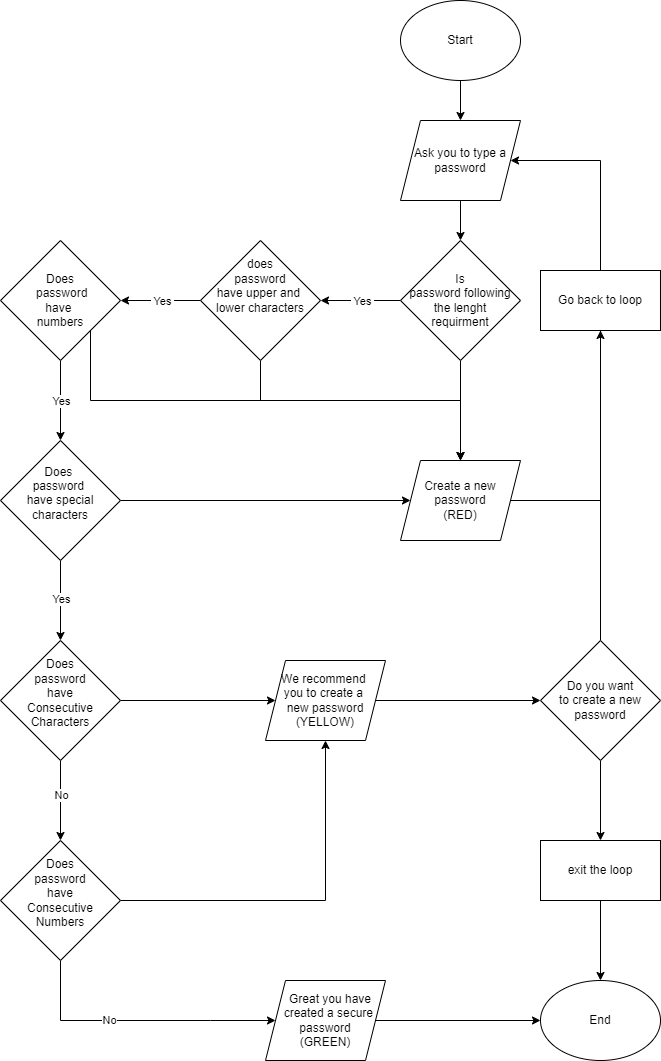
Above: Flowcharts/13. Password flowchart.drawio.png in Shazil0204/H1-Programmering (draw.io), before the change. Source tidied: cells renumbered, new cells last; positions are measured from the earlier drawing's top-left corner, leaving out a move shared by most shapes. Source of this version:
```xml
<mxGraphModel>
  <root>
    <mxCell id="0" />
    <mxCell id="1" parent="0" />
    <mxCell id="2" style="edgeStyle=orthogonalEdgeStyle;rounded=0;jettySize=auto;html=1;" parent="1" edge="1" source="3" target="6">
      <mxGeometry relative="1" as="geometry" />
    </mxCell>
    <mxCell id="3" value="Start" style="ellipse;whiteSpace=wrap;html=1;" parent="1" vertex="1">
      <mxGeometry x="400" width="120" height="80" as="geometry" />
    </mxCell>
    <mxCell id="4" value="End" style="ellipse;whiteSpace=wrap;html=1;" parent="1" vertex="1">
      <mxGeometry x="540" y="980" width="120" height="80" as="geometry" />
    </mxCell>
    <mxCell id="5" style="edgeStyle=orthogonalEdgeStyle;rounded=0;jettySize=auto;html=1;" parent="1" edge="1" source="6" target="10">
      <mxGeometry relative="1" as="geometry" />
    </mxCell>
    <mxCell id="6" value="Ask you to type a&lt;br&gt;password" style="shape=parallelogram;perimeter=parallelogramPerimeter;whiteSpace=wrap;html=1;fixedSize=1;" parent="1" vertex="1">
      <mxGeometry x="400" y="120" width="120" height="80" as="geometry" />
    </mxCell>
    <mxCell id="7" style="edgeStyle=orthogonalEdgeStyle;rounded=0;jettySize=auto;html=1;" parent="1" edge="1" source="10" target="14">
      <mxGeometry relative="1" as="geometry" />
    </mxCell>
    <mxCell id="8" value="&amp;nbsp;Yes&amp;nbsp;" style="edgeLabel;html=1;align=center;verticalAlign=middle;" parent="7" vertex="1">
      <mxGeometry x="-0.04" relative="1" as="geometry" />
    </mxCell>
    <mxCell id="9" style="edgeStyle=orthogonalEdgeStyle;rounded=0;jettySize=auto;html=1;" parent="1" edge="1" source="10" target="28">
      <mxGeometry relative="1" as="geometry" />
    </mxCell>
    <mxCell id="10" value="Is &lt;br&gt;password following&lt;br&gt;the lenght &lt;br&gt;requirment" style="rhombus;whiteSpace=wrap;html=1;" parent="1" vertex="1">
      <mxGeometry x="400" y="240" width="120" height="120" as="geometry" />
    </mxCell>
    <mxCell id="11" style="edgeStyle=orthogonalEdgeStyle;rounded=0;jettySize=auto;html=1;" parent="1" edge="1" source="14" target="18">
      <mxGeometry relative="1" as="geometry" />
    </mxCell>
    <mxCell id="12" value="&amp;nbsp;Yes&amp;nbsp;" style="edgeLabel;html=1;align=center;verticalAlign=middle;" parent="11" vertex="1">
      <mxGeometry x="-0.03" relative="1" as="geometry" />
    </mxCell>
    <mxCell id="13" style="edgeStyle=orthogonalEdgeStyle;rounded=0;jettySize=auto;html=1;entryX=0.5;entryY=0;entryDx=0;entryDy=0;exitX=0.5;exitY=1;exitDx=0;exitDy=0;" parent="1" edge="1" source="14" target="28">
      <mxGeometry relative="1" as="geometry">
        <Array as="points">
          <mxPoint x="260" y="400" />
          <mxPoint x="460" y="400" />
        </Array>
      </mxGeometry>
    </mxCell>
    <mxCell id="14" value="does &lt;br&gt;password &lt;br&gt;have upper and&amp;nbsp;&lt;br&gt;lower characters&lt;br&gt;&lt;br&gt;&lt;br&gt;" style="rhombus;whiteSpace=wrap;html=1;" parent="1" vertex="1">
      <mxGeometry x="200" y="240" width="120" height="120" as="geometry" />
    </mxCell>
    <mxCell id="15" style="edgeStyle=orthogonalEdgeStyle;rounded=0;jettySize=auto;html=1;" parent="1" edge="1" source="18" target="22">
      <mxGeometry relative="1" as="geometry" />
    </mxCell>
    <mxCell id="16" value="Yes" style="edgeLabel;html=1;align=center;verticalAlign=middle;" parent="15" vertex="1">
      <mxGeometry x="0.09" y="1" relative="1" as="geometry">
        <mxPoint x="-1" y="-4" as="offset" />
      </mxGeometry>
    </mxCell>
    <mxCell id="17" style="edgeStyle=orthogonalEdgeStyle;rounded=0;jettySize=auto;html=1;exitX=1;exitY=1;exitDx=0;exitDy=0;entryX=0.5;entryY=0;entryDx=0;entryDy=0;" parent="1" edge="1" source="18" target="28">
      <mxGeometry relative="1" as="geometry">
        <Array as="points">
          <mxPoint x="90" y="400" />
          <mxPoint x="460" y="400" />
        </Array>
      </mxGeometry>
    </mxCell>
    <mxCell id="18" value="Does&lt;br&gt;&amp;nbsp;password &lt;br&gt;have&amp;nbsp;&lt;br&gt;numbers" style="rhombus;whiteSpace=wrap;html=1;" parent="1" vertex="1">
      <mxGeometry y="240" width="120" height="120" as="geometry" />
    </mxCell>
    <mxCell id="19" style="edgeStyle=orthogonalEdgeStyle;rounded=0;jettySize=auto;html=1;" parent="1" edge="1" source="22" target="26">
      <mxGeometry relative="1" as="geometry" />
    </mxCell>
    <mxCell id="20" value="Yes" style="edgeLabel;html=1;align=center;verticalAlign=middle;" parent="19" vertex="1">
      <mxGeometry x="-0.05" y="1" relative="1" as="geometry">
        <mxPoint x="-1" as="offset" />
      </mxGeometry>
    </mxCell>
    <mxCell id="21" style="edgeStyle=orthogonalEdgeStyle;rounded=0;jettySize=auto;html=1;entryX=0;entryY=0.5;entryDx=0;entryDy=0;" parent="1" edge="1" source="22" target="28">
      <mxGeometry relative="1" as="geometry" />
    </mxCell>
    <mxCell id="22" value="Does&amp;nbsp;&lt;br&gt;password&amp;nbsp;&lt;br&gt;have special&lt;br&gt;characters&lt;br&gt;&lt;br&gt;" style="rhombus;whiteSpace=wrap;html=1;" parent="1" vertex="1">
      <mxGeometry y="440" width="120" height="120" as="geometry" />
    </mxCell>
    <mxCell id="23" style="edgeStyle=orthogonalEdgeStyle;rounded=0;jettySize=auto;html=1;" parent="1" edge="1" source="26" target="32">
      <mxGeometry relative="1" as="geometry" />
    </mxCell>
    <mxCell id="24" value="No" style="edgeLabel;html=1;align=center;verticalAlign=middle;" parent="23" vertex="1">
      <mxGeometry x="-0.14" relative="1" as="geometry" />
    </mxCell>
    <mxCell id="25" style="edgeStyle=orthogonalEdgeStyle;rounded=0;jettySize=auto;html=1;" parent="1" edge="1" source="26" target="34">
      <mxGeometry relative="1" as="geometry" />
    </mxCell>
    <mxCell id="26" value="Does&lt;br&gt;password &lt;br&gt;have&lt;br&gt;Consecutive&lt;br&gt;Characters&lt;br&gt;&lt;br&gt;" style="rhombus;whiteSpace=wrap;html=1;" parent="1" vertex="1">
      <mxGeometry y="640" width="120" height="120" as="geometry" />
    </mxCell>
    <mxCell id="27" style="edgeStyle=orthogonalEdgeStyle;rounded=0;jettySize=auto;html=1;entryX=0.5;entryY=1;entryDx=0;entryDy=0;" parent="1" edge="1" source="28" target="41">
      <mxGeometry relative="1" as="geometry" />
    </mxCell>
    <mxCell id="28" value="Create a new password&lt;br&gt;(RED)" style="shape=parallelogram;perimeter=parallelogramPerimeter;whiteSpace=wrap;html=1;fixedSize=1;" parent="1" vertex="1">
      <mxGeometry x="400" y="460" width="120" height="80" as="geometry" />
    </mxCell>
    <mxCell id="29" style="edgeStyle=orthogonalEdgeStyle;rounded=0;jettySize=auto;html=1;entryX=0;entryY=0.5;entryDx=0;entryDy=0;" parent="1" edge="1" source="32" target="39">
      <mxGeometry relative="1" as="geometry">
        <Array as="points">
          <mxPoint x="60" y="1020" />
          <mxPoint x="210" y="1020" />
        </Array>
      </mxGeometry>
    </mxCell>
    <mxCell id="30" value="No" style="edgeLabel;html=1;align=center;verticalAlign=middle;" parent="29" vertex="1">
      <mxGeometry x="-0.22" y="1" relative="1" as="geometry" />
    </mxCell>
    <mxCell id="31" style="edgeStyle=orthogonalEdgeStyle;rounded=0;jettySize=auto;html=1;entryX=0.5;entryY=1;entryDx=0;entryDy=0;" parent="1" edge="1" source="32" target="34">
      <mxGeometry relative="1" as="geometry" />
    </mxCell>
    <mxCell id="32" value="Does&lt;br&gt;password&lt;br&gt;have&lt;br&gt;Consecutive&lt;br&gt;Numbers&lt;br&gt;&lt;br&gt;" style="rhombus;whiteSpace=wrap;html=1;" parent="1" vertex="1">
      <mxGeometry y="840" width="120" height="120" as="geometry" />
    </mxCell>
    <mxCell id="33" style="edgeStyle=orthogonalEdgeStyle;rounded=0;jettySize=auto;html=1;" parent="1" edge="1" source="34" target="37">
      <mxGeometry relative="1" as="geometry" />
    </mxCell>
    <mxCell id="34" value="We recommend&amp;nbsp;&lt;br&gt;you to create a&amp;nbsp;&lt;br&gt;new password&lt;br&gt;(YELLOW)" style="shape=parallelogram;perimeter=parallelogramPerimeter;whiteSpace=wrap;html=1;fixedSize=1;" parent="1" vertex="1">
      <mxGeometry x="265" y="660" width="120" height="80" as="geometry" />
    </mxCell>
    <mxCell id="35" style="edgeStyle=orthogonalEdgeStyle;rounded=0;jettySize=auto;html=1;" parent="1" edge="1" source="37">
      <mxGeometry relative="1" as="geometry">
        <mxPoint x="600" y="320" as="targetPoint" />
      </mxGeometry>
    </mxCell>
    <mxCell id="36" style="edgeStyle=orthogonalEdgeStyle;rounded=0;jettySize=auto;html=1;" parent="1" edge="1" source="37" target="43">
      <mxGeometry relative="1" as="geometry" />
    </mxCell>
    <mxCell id="37" value="Do you want &lt;br&gt;to create a new password" style="rhombus;whiteSpace=wrap;html=1;" parent="1" vertex="1">
      <mxGeometry x="540" y="640" width="120" height="120" as="geometry" />
    </mxCell>
    <mxCell id="38" style="edgeStyle=orthogonalEdgeStyle;rounded=0;jettySize=auto;html=1;entryX=0;entryY=0.5;entryDx=0;entryDy=0;" parent="1" edge="1" source="39" target="4">
      <mxGeometry relative="1" as="geometry" />
    </mxCell>
    <mxCell id="39" value="&amp;nbsp; &amp;nbsp; Great you have&amp;nbsp;&lt;br&gt;&amp;nbsp; created a secure&lt;br&gt;password&lt;br&gt;(GREEN)" style="shape=parallelogram;perimeter=parallelogramPerimeter;whiteSpace=wrap;html=1;fixedSize=1;" parent="1" vertex="1">
      <mxGeometry x="265" y="980" width="120" height="80" as="geometry" />
    </mxCell>
    <mxCell id="40" style="edgeStyle=orthogonalEdgeStyle;rounded=0;jettySize=auto;html=1;entryX=1;entryY=0.5;entryDx=0;entryDy=0;" parent="1" edge="1" source="41" target="6">
      <mxGeometry relative="1" as="geometry">
        <Array as="points">
          <mxPoint x="600" y="160" />
        </Array>
      </mxGeometry>
    </mxCell>
    <mxCell id="41" value="Go back to loop" style="rounded=0;whiteSpace=wrap;html=1;" parent="1" vertex="1">
      <mxGeometry x="540" y="270" width="120" height="60" as="geometry" />
    </mxCell>
    <mxCell id="42" style="edgeStyle=orthogonalEdgeStyle;rounded=0;jettySize=auto;html=1;" parent="1" edge="1" source="43" target="4">
      <mxGeometry relative="1" as="geometry" />
    </mxCell>
    <mxCell id="43" value="exit the loop" style="rounded=0;whiteSpace=wrap;html=1;" parent="1" vertex="1">
      <mxGeometry x="540" y="840" width="120" height="60" as="geometry" />
    </mxCell>
  </root>
</mxGraphModel>
```
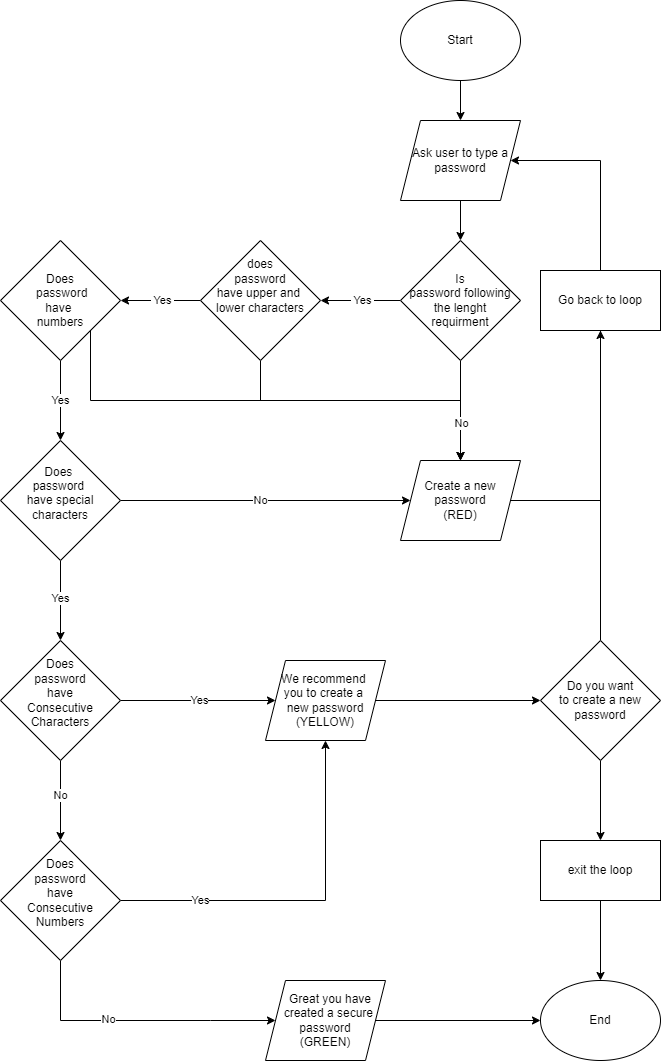
The same file after the commit.

Change to the diagram source:
```diff
@@ -14,7 +14,7 @@
     <mxCell id="5" style="edgeStyle=orthogonalEdgeStyle;rounded=0;jettySize=auto;html=1;" parent="1" edge="1" source="6" target="10">
       <mxGeometry relative="1" as="geometry" />
     </mxCell>
-    <mxCell id="6" value="Ask you to type a&lt;br&gt;password" style="shape=parallelogram;perimeter=parallelogramPerimeter;whiteSpace=wrap;html=1;fixedSize=1;" parent="1" vertex="1">
+    <mxCell id="6" value="Ask user to type a&lt;br&gt;password" style="shape=parallelogram;perimeter=parallelogramPerimeter;whiteSpace=wrap;html=1;fixedSize=1;" parent="1" vertex="1">
       <mxGeometry x="400" y="120" width="120" height="80" as="geometry" />
     </mxCell>
     <mxCell id="7" style="edgeStyle=orthogonalEdgeStyle;rounded=0;jettySize=auto;html=1;" parent="1" edge="1" source="10" target="14">
@@ -62,6 +62,9 @@
         </Array>
       </mxGeometry>
     </mxCell>
+    <mxCell id="44" value="No" style="edgeLabel;html=1;align=center;verticalAlign=middle;" parent="17" vertex="1">
+      <mxGeometry x="0.85" y="1" relative="1" as="geometry" />
+    </mxCell>
     <mxCell id="18" value="Does&lt;br&gt;&amp;nbsp;password &lt;br&gt;have&amp;nbsp;&lt;br&gt;numbers" style="rhombus;whiteSpace=wrap;html=1;" parent="1" vertex="1">
       <mxGeometry y="240" width="120" height="120" as="geometry" />
     </mxCell>
@@ -76,6 +79,11 @@
     <mxCell id="21" style="edgeStyle=orthogonalEdgeStyle;rounded=0;jettySize=auto;html=1;entryX=0;entryY=0.5;entryDx=0;entryDy=0;" parent="1" edge="1" source="22" target="28">
       <mxGeometry relative="1" as="geometry" />
     </mxCell>
+    <mxCell id="45" value="No" style="edgeLabel;html=1;align=center;verticalAlign=middle;" parent="21" vertex="1">
+      <mxGeometry x="-0.11" y="2" relative="1" as="geometry">
+        <mxPoint x="11" y="2" as="offset" />
+      </mxGeometry>
+    </mxCell>
     <mxCell id="22" value="Does&amp;nbsp;&lt;br&gt;password&amp;nbsp;&lt;br&gt;have special&lt;br&gt;characters&lt;br&gt;&lt;br&gt;" style="rhombus;whiteSpace=wrap;html=1;" parent="1" vertex="1">
       <mxGeometry y="440" width="120" height="120" as="geometry" />
     </mxCell>
@@ -88,6 +96,11 @@
     <mxCell id="25" style="edgeStyle=orthogonalEdgeStyle;rounded=0;jettySize=auto;html=1;" parent="1" edge="1" source="26" target="34">
       <mxGeometry relative="1" as="geometry" />
     </mxCell>
+    <mxCell id="46" value="Yes" style="edgeLabel;html=1;align=center;verticalAlign=middle;" parent="25" vertex="1">
+      <mxGeometry x="0.02" y="-2" relative="1" as="geometry">
+        <mxPoint y="-2" as="offset" />
+      </mxGeometry>
+    </mxCell>
     <mxCell id="26" value="Does&lt;br&gt;password &lt;br&gt;have&lt;br&gt;Consecutive&lt;br&gt;Characters&lt;br&gt;&lt;br&gt;" style="rhombus;whiteSpace=wrap;html=1;" parent="1" vertex="1">
       <mxGeometry y="640" width="120" height="120" as="geometry" />
     </mxCell>
@@ -111,6 +124,11 @@
     <mxCell id="31" style="edgeStyle=orthogonalEdgeStyle;rounded=0;jettySize=auto;html=1;entryX=0.5;entryY=1;entryDx=0;entryDy=0;" parent="1" edge="1" source="32" target="34">
       <mxGeometry relative="1" as="geometry" />
     </mxCell>
+    <mxCell id="47" value="Yes" style="edgeLabel;html=1;align=center;verticalAlign=middle;" parent="31" vertex="1">
+      <mxGeometry x="-0.38" y="-1" relative="1" as="geometry">
+        <mxPoint x="-33" y="-1" as="offset" />
+      </mxGeometry>
+    </mxCell>
     <mxCell id="32" value="Does&lt;br&gt;password&lt;br&gt;have&lt;br&gt;Consecutive&lt;br&gt;Numbers&lt;br&gt;&lt;br&gt;" style="rhombus;whiteSpace=wrap;html=1;" parent="1" vertex="1">
       <mxGeometry y="840" width="120" height="120" as="geometry" />
     </mxCell>
```
